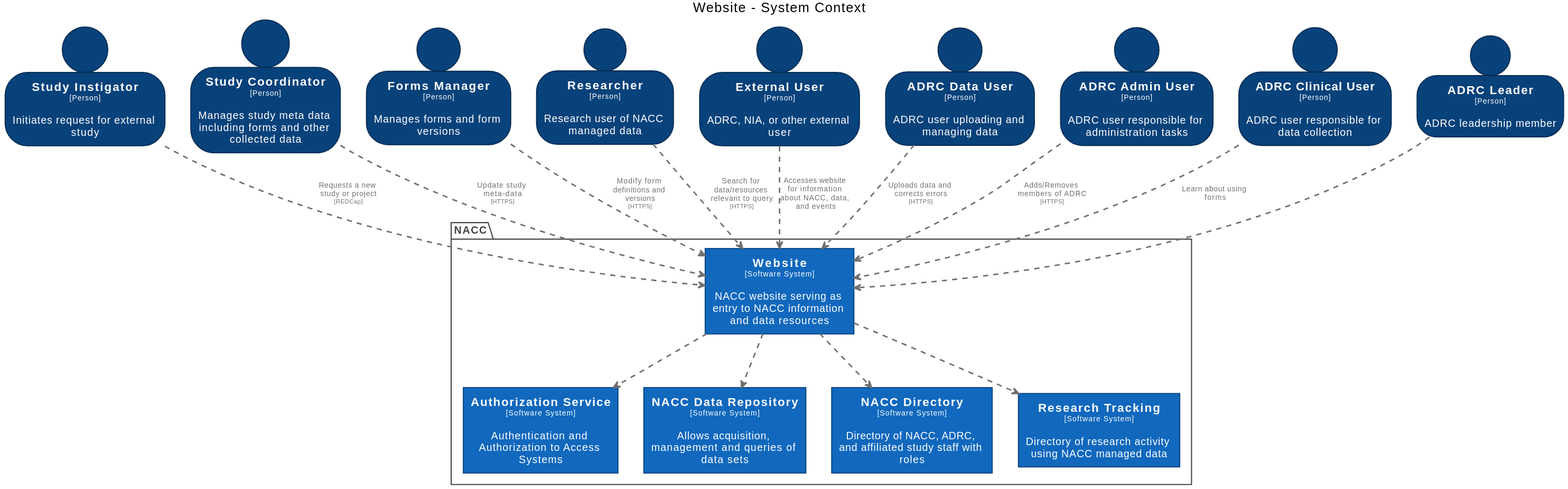
Above: docs/images/structurizr-WebsiteContext.svg in naccdata/system-design (PlantUML), before the change.
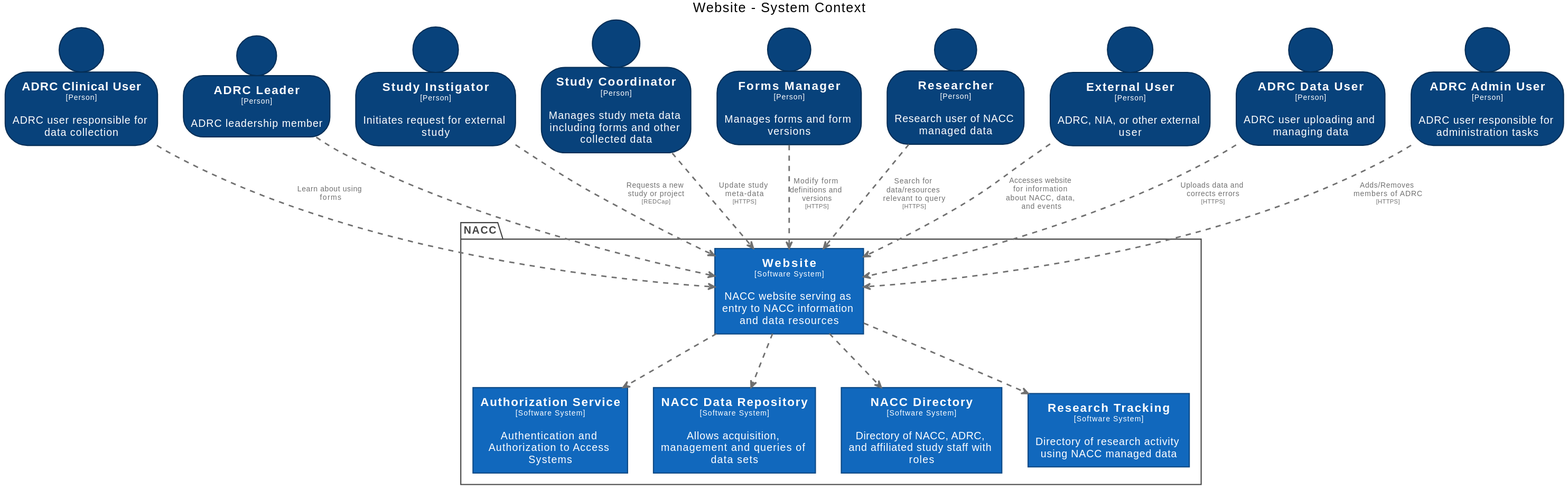
Later version of the same file.

Diff of the diagram source:
```diff
@@ -95,6 +95,8 @@
   rectangle "==Website\n<size:10>[Software System]</size>\n\nNACC website serving as entry to NACC information and data resources" <<Website>> as Website
 }
 
+person "==ADRC Clinical User\n<size:10>[Person]</size>\n\nADRC user responsible for data collection" <<ADRCClinicalUser>> as ADRCClinicalUser
+person "==ADRC Leader\n<size:10>[Person]</size>\n\nADRC leadership member" <<ADRCLeader>> as ADRCLeader
 person "==Study Instigator\n<size:10>[Person]</size>\n\nInitiates request for external study" <<StudyInstigator>> as StudyInstigator
 person "==Study Coordinator\n<size:10>[Person]</size>\n\nManages study meta data including forms and other collected data" <<StudyCoordinator>> as StudyCoordinator
 person "==Forms Manager\n<size:10>[Person]</size>\n\nManages forms and form versions" <<FormsManager>> as FormsManager
@@ -102,9 +104,8 @@
 person "==External User\n<size:10>[Person]</size>\n\nADRC, NIA, or other external user" <<ExternalUser>> as ExternalUser
 person "==ADRC Data User\n<size:10>[Person]</size>\n\nADRC user uploading and managing data" <<ADRCDataUser>> as ADRCDataUser
 person "==ADRC Admin User\n<size:10>[Person]</size>\n\nADRC user responsible for administration tasks" <<ADRCAdminUser>> as ADRCAdminUser
-person "==ADRC Clinical User\n<size:10>[Person]</size>\n\nADRC user responsible for data collection" <<ADRCClinicalUser>> as ADRCClinicalUser
-person "==ADRC Leader\n<size:10>[Person]</size>\n\nADRC leadership member" <<ADRCLeader>> as ADRCLeader
 
+ADRCClinicalUser .[#707070,thickness=2].> Website : "<color:#707070>Learn about using forms"
 ADRCLeader .[#707070,thickness=2].> Website : "<color:#707070>"
 StudyInstigator .[#707070,thickness=2].> Website : "<color:#707070>Requests a new study or project\n<color:#707070><size:8>[REDCap]</size>"
 StudyCoordinator .[#707070,thickness=2].> Website : "<color:#707070>Update study meta-data\n<color:#707070><size:8>[HTTPS]</size>"
@@ -117,5 +118,4 @@
 ExternalUser .[#707070,thickness=2].> Website : "<color:#707070>Accesses website for information about NACC, data, and events"
 ADRCDataUser .[#707070,thickness=2].> Website : "<color:#707070>Uploads data and corrects errors\n<color:#707070><size:8>[HTTPS]</size>"
 ADRCAdminUser .[#707070,thickness=2].> Website : "<color:#707070>Adds/Removes members of ADRC\n<color:#707070><size:8>[HTTPS]</size>"
-ADRCClinicalUser .[#707070,thickness=2].> Website : "<color:#707070>Learn about using forms"
 @enduml
```
